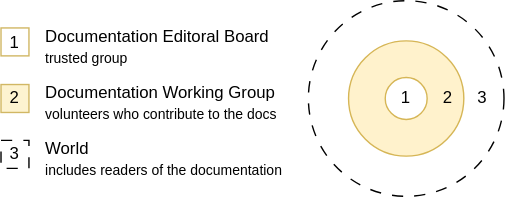
Earlier version of the draw.io export docs-pep-concentric.drawio.svg (pradyunsg/diagrams). Source tidied: cells renumbered, new cells last; positions are measured from the earlier drawing's top-left corner, leaving out a move shared by most shapes.
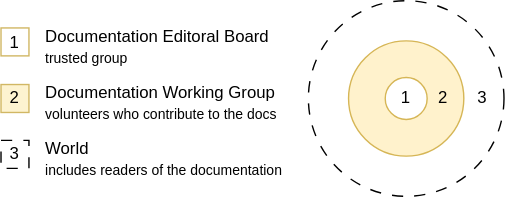
The same diagram one commit later.

The edit, as a diff of the source:
```diff
@@ -5,7 +5,7 @@
     <mxCell id="2" value="&lt;div align=&quot;right&quot;&gt;3 &amp;nbsp;&amp;nbsp; &lt;br&gt;&lt;/div&gt;" style="ellipse;whiteSpace=wrap;html=1;dashed=1;dashPattern=8 8;align=right;" parent="1" vertex="1">
       <mxGeometry x="220" width="140" height="140" as="geometry" />
     </mxCell>
-    <mxCell id="3" value="2&amp;nbsp;&amp;nbsp; " style="ellipse;whiteSpace=wrap;html=1;fillColor=#fff2cc;strokeColor=#D6B656;align=right;" parent="1" vertex="1">
+    <mxCell id="3" value="2&amp;nbsp;&amp;nbsp;&amp;nbsp; " style="ellipse;whiteSpace=wrap;html=1;fillColor=#fff2cc;strokeColor=#D6B656;align=right;" parent="1" vertex="1">
       <mxGeometry x="248.8" y="28.8" width="82.5" height="82.5" as="geometry" />
     </mxCell>
     <mxCell id="4" value="1" style="ellipse;whiteSpace=wrap;html=1;strokeColor=#D6B656;align=center;" parent="1" vertex="1">
```
